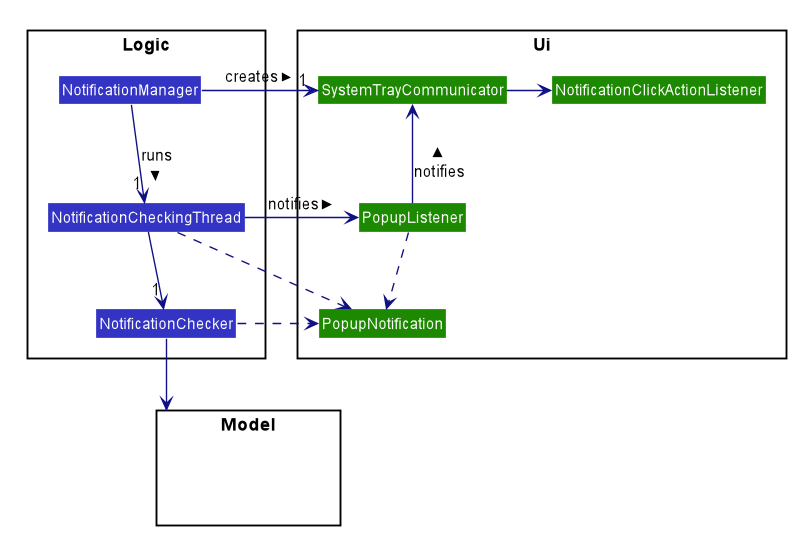
The PlantUML diagram docs/images/NotificationClassDiagram.png in nus-cs2103-AY1920S1/addressbook-level3, before a commit.
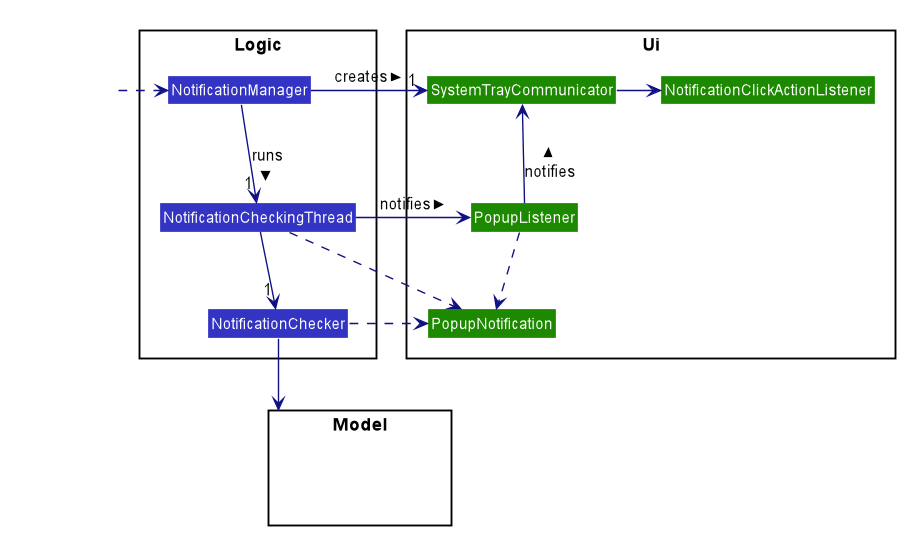
The same file after the commit.

Commit message:
Fixed some grammatical errors and the class diagram for the Notification system.

Change to the diagram source:
```diff
@@ -67,6 +67,9 @@
     Class HiddenModel #FFFFFF
 }
 
+Class HiddenOutside #FFFFFF
+HiddenOutside .right.> NotificationManager
+
 NotificationManager -down-> "1" NotificationCheckingThread : runs >
 NotificationManager -right-> "1" SystemTrayCommunicator : creates >
 
```
